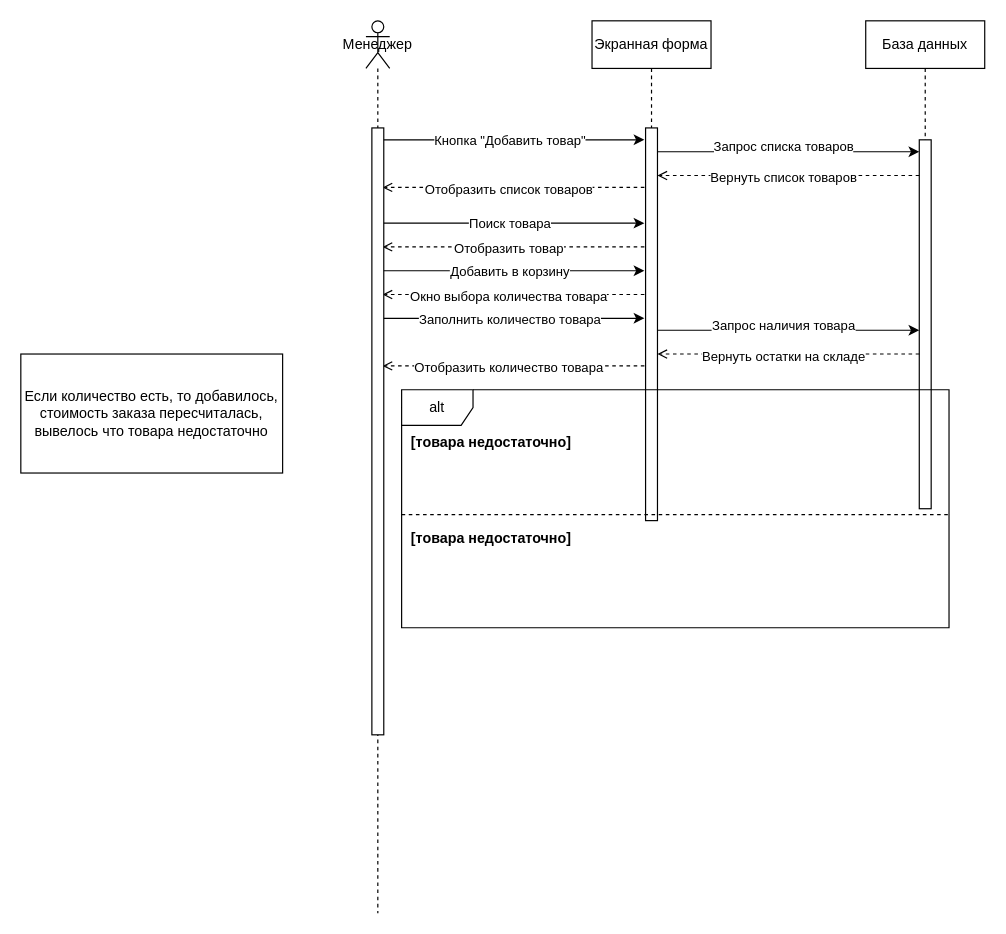
Earlier version of the draw.io diagram Диаграмма без названия.drawio (omelchenkopete/SA). Source tidied: cells renumbered, new cells numbered last; positions are measured from the earlier drawing's top-left corner, leaving out a move shared by most shapes. Both pictures are drawn from the tidied source at 119%, with x=0, y=0 at pixel (20, 20).
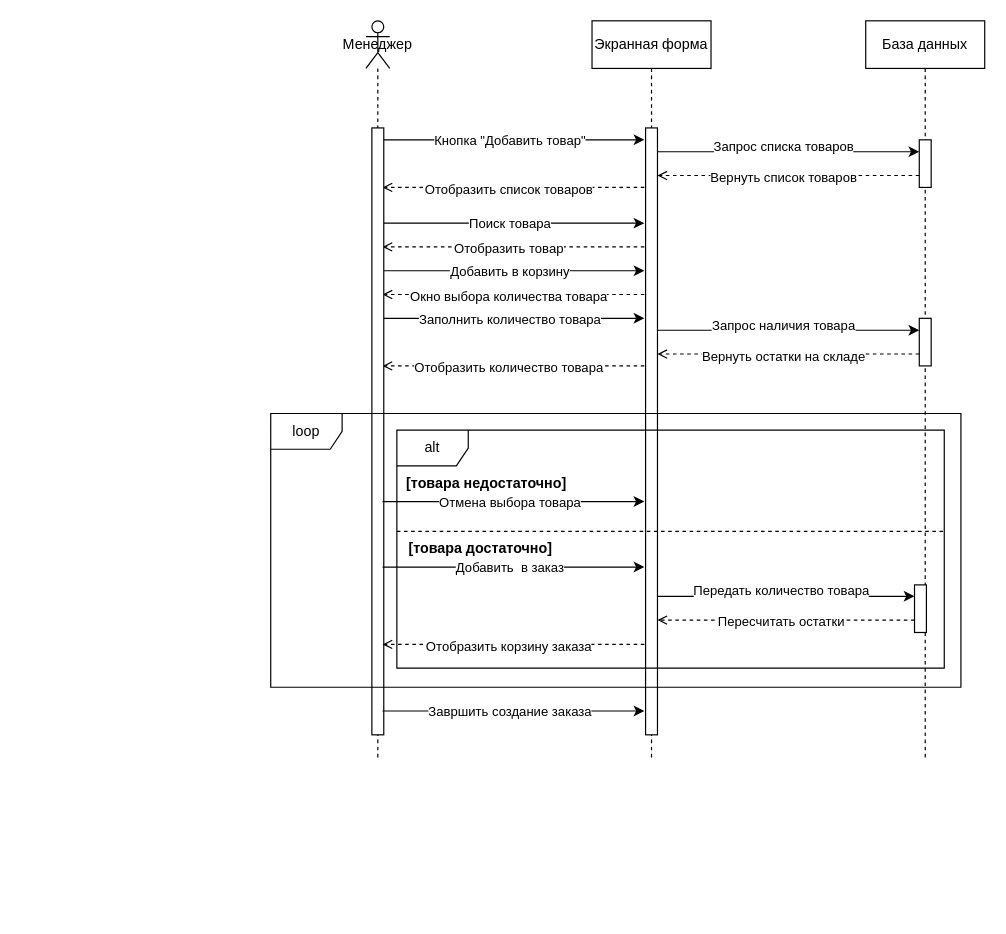
The same diagram, later.

Diff of the diagram source:
```diff
@@
     <mxCell id="2" value="Экранная форма" style="shape=umlLifeline;perimeter=lifelinePerimeter;whiteSpace=wrap;html=1;newEdgeStyle={&quot;curved&quot;:0,&quot;rounded&quot;:0};" parent="1" vertex="1">
-      <mxGeometry x="480" width="100" height="420" as="geometry" />
+      <mxGeometry x="480" width="100" height="620" as="geometry" />
     </mxCell>
     <mxCell id="3" style="html=1;points=[[0,0,0,0,5],[0,1,0,0,-5],[1,0,0,0,5],[1,1,0,0,-5]];perimeter=orthogonalPerimeter;outlineConnect=0;targetShapes=umlLifeline;portConstraint=eastwest;newEdgeStyle={&quot;curved&quot;:0,&quot;rounded&quot;:0};" parent="2" vertex="1">
-      <mxGeometry x="45" y="90" width="10" height="330" as="geometry" />
+      <mxGeometry x="45" y="90" width="10" height="510" as="geometry" />
     </mxCell>
     <mxCell id="4" value="База данных" style="shape=umlLifeline;perimeter=lifelinePerimeter;whiteSpace=wrap;html=1;newEdgeStyle={&quot;curved&quot;:0,&quot;rounded&quot;:0};" parent="1" vertex="1">
-      <mxGeometry x="710" width="100" height="410" as="geometry" />
+      <mxGeometry x="710" width="100" height="620" as="geometry" />
     </mxCell>
     <mxCell id="5" style="html=1;points=[[0,0,0,0,5],[0,1,0,0,-5],[1,0,0,0,5],[1,1,0,0,-5]];perimeter=orthogonalPerimeter;outlineConnect=0;targetShapes=umlLifeline;portConstraint=eastwest;newEdgeStyle={&quot;curved&quot;:0,&quot;rounded&quot;:0};" parent="4" vertex="1">
-      <mxGeometry x="45" y="100" width="10" height="310" as="geometry" />
+      <mxGeometry x="45" y="100" width="10" height="40" as="geometry" />
     </mxCell>
+    <mxCell id="37" style="html=1;perimeter=orthogonalPerimeter;targetShapes=umlLifeline;newEdgeStyle={&quot;curved&quot;:0,&quot;rounded&quot;:0};" parent="4" vertex="1">
+      <mxGeometry x="45" y="250" width="10" height="40" as="geometry" />
+    </mxCell>
@@
-    <mxCell id="16" value="Если количество есть, то добавилось, стоимость заказа пересчиталась, вывелось что товара недостаточно" style="rounded=0;whiteSpace=wrap;html=1;" parent="1" vertex="1">
-      <mxGeometry y="280" width="220" height="100" as="geometry" />
-    </mxCell>
@@
     <mxCell id="31" value="alt" style="shape=umlFrame;whiteSpace=wrap;html=1;noLabel=0;" parent="1" vertex="1">
-      <mxGeometry x="320" y="310" width="460" height="200" as="geometry" />
+      <mxGeometry x="316" y="344" width="460" height="200" as="geometry" />
     </mxCell>
     <mxCell id="32" value="&lt;b&gt;[товара недостаточно]&lt;/b&gt;" style="text;html=1;align=center;verticalAlign=middle;strokeColor=none;fillColor=none;" parent="1" vertex="1">
-      <mxGeometry x="315" y="340" width="160" height="30" as="geometry" />
+      <mxGeometry x="311" y="374" width="160" height="30" as="geometry" />
     </mxCell>
     <mxCell id="33" style="line;strokeWidth=1;dashed=1;labelPosition=right;align=left;verticalAlign=middle;spacingTop=0;spacingLeft=6;" parent="1" vertex="1">
-      <mxGeometry x="320" y="410" width="460" height="10" as="geometry" />
+      <mxGeometry x="316" y="424" width="460" height="10" as="geometry" />
     </mxCell>
-    <mxCell id="34" value="&lt;b&gt;[товара недостаточно]&lt;/b&gt;" style="text;html=1;align=center;verticalAlign=middle;strokeColor=none;fillColor=none;" parent="1" vertex="1">
-      <mxGeometry x="315" y="420" width="160" height="30" as="geometry" />
+    <mxCell id="34" value="&lt;b&gt;[товара достаточно]&lt;/b&gt;" style="text;html=1;align=center;verticalAlign=middle;strokeColor=none;fillColor=none;" parent="1" vertex="1">
+      <mxGeometry x="311" y="429" width="150" height="30" as="geometry" />
     </mxCell>
     <mxCell id="35" value="Менеджер" style="shape=umlLifeline;perimeter=lifelinePerimeter;whiteSpace=wrap;html=1;newEdgeStyle={&quot;curved&quot;:0,&quot;rounded&quot;:0};participant=umlActor;" parent="1" vertex="1">
-      <mxGeometry x="290" width="20" height="750" as="geometry" />
+      <mxGeometry x="290" width="20" height="620" as="geometry" />
     </mxCell>
@@
+    <mxCell id="38" style="endArrow=classic;html=1;rounded=0;" parent="1" edge="1">
+      <mxGeometry relative="1" as="geometry">
+        <mxPoint x="304" y="404" as="sourcePoint" />
+        <mxPoint x="524" y="404" as="targetPoint" />
+      </mxGeometry>
+    </mxCell>
+    <mxCell id="39" value="Отмена выбора товара" style="edgeLabel;html=1;align=center;verticalAlign=middle;" parent="38" vertex="1">
+      <mxGeometry x="-0.25" y="-4" relative="1" as="geometry">
+        <mxPoint x="23" y="-4" as="offset" />
+      </mxGeometry>
+    </mxCell>
+    <mxCell id="40" style="html=1;perimeter=orthogonalPerimeter;targetShapes=umlLifeline;newEdgeStyle={&quot;curved&quot;:0,&quot;rounded&quot;:0};" parent="1" vertex="1">
+      <mxGeometry x="751" y="474" width="10" height="40" as="geometry" />
+    </mxCell>
+    <mxCell id="41" style="endArrow=classic;html=1;rounded=0;" parent="1" edge="1">
+      <mxGeometry relative="1" as="geometry">
+        <mxPoint x="304" y="459" as="sourcePoint" />
+        <mxPoint x="524" y="459" as="targetPoint" />
+      </mxGeometry>
+    </mxCell>
+    <mxCell id="42" value="Добавить&amp;nbsp; в заказ" style="edgeLabel;html=1;align=center;verticalAlign=middle;" parent="41" vertex="1">
+      <mxGeometry x="-0.25" y="-4" relative="1" as="geometry">
+        <mxPoint x="23" y="-4" as="offset" />
+      </mxGeometry>
+    </mxCell>
+    <mxCell id="43" style="endArrow=open;html=1;rounded=0;dashed=1;endFill=0;" parent="1" edge="1" target="3">
+      <mxGeometry relative="1" as="geometry">
+        <mxPoint x="751" y="503.6" as="sourcePoint" />
+        <Array as="points">
+          <mxPoint x="561.5" y="503.6" />
+        </Array>
+      </mxGeometry>
+    </mxCell>
+    <mxCell id="44" value="Пересчитать остатки" style="edgeLabel;html=1;align=center;verticalAlign=middle;" parent="43" vertex="1">
+      <mxGeometry x="0.22" y="1" relative="1" as="geometry">
+        <mxPoint x="19" as="offset" />
+      </mxGeometry>
+    </mxCell>
+    <mxCell id="45" style="endArrow=classic;html=1;rounded=0;" parent="1" edge="1" source="3">
+      <mxGeometry relative="1" as="geometry">
+        <mxPoint x="751" y="483.6" as="targetPoint" />
+      </mxGeometry>
+    </mxCell>
+    <mxCell id="46" value="Передать количество товара" style="edgeLabel;html=1;align=center;verticalAlign=middle;" parent="45" vertex="1">
+      <mxGeometry x="-0.25" y="-4" relative="1" as="geometry">
+        <mxPoint x="22" y="-9" as="offset" />
+      </mxGeometry>
+    </mxCell>
+    <mxCell id="47" style="endArrow=open;html=1;rounded=0;dashed=1;endFill=0;" parent="1" edge="1">
+      <mxGeometry relative="1" as="geometry">
+        <mxPoint x="524" y="524" as="sourcePoint" />
+        <mxPoint x="304" y="524" as="targetPoint" />
+        <Array as="points">
+          <mxPoint x="334.5" y="524" />
+        </Array>
+      </mxGeometry>
+    </mxCell>
+    <mxCell id="48" value="Отобразить корзину заказа" style="edgeLabel;html=1;align=center;verticalAlign=middle;" parent="47" vertex="1">
+      <mxGeometry x="0.22" y="1" relative="1" as="geometry">
+        <mxPoint x="19" as="offset" />
+      </mxGeometry>
+    </mxCell>
+    <mxCell id="49" value="loop" style="shape=umlFrame;whiteSpace=wrap;html=1;" parent="1" vertex="1">
+      <mxGeometry x="210" y="330" width="580" height="230" as="geometry" />
+    </mxCell>
+    <mxCell id="50" style="endArrow=classic;html=1;rounded=0;" parent="1" edge="1">
+      <mxGeometry relative="1" as="geometry">
+        <mxPoint x="304" y="580" as="sourcePoint" />
+        <mxPoint x="524" y="580" as="targetPoint" />
+      </mxGeometry>
+    </mxCell>
+    <mxCell id="51" value="Завршить создание заказа" style="edgeLabel;html=1;align=center;verticalAlign=middle;" parent="50" vertex="1">
+      <mxGeometry x="-0.25" y="-4" relative="1" as="geometry">
+        <mxPoint x="23" y="-4" as="offset" />
+      </mxGeometry>
+    </mxCell>
```
